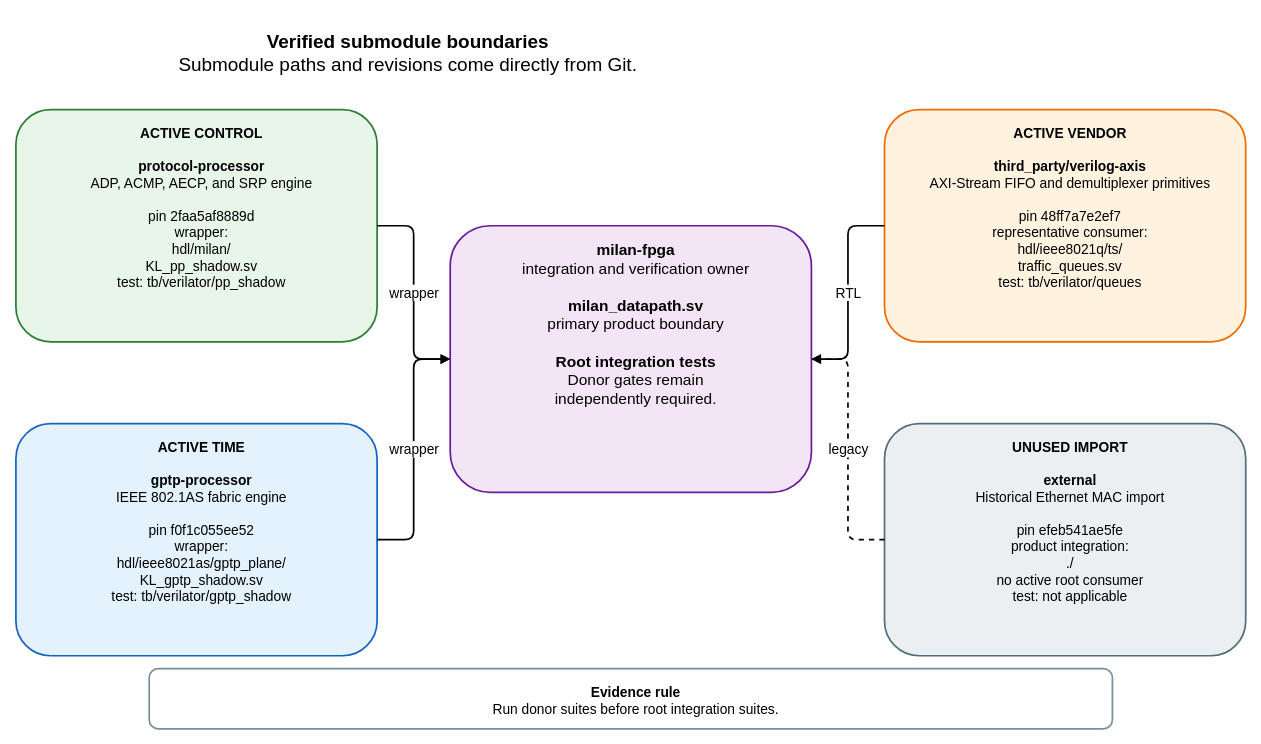
Before: docs/diagrams/submodule_boundaries.drawio in kebag-logic/milan-fpga, a draw.io diagram. Source tidied: cells renumbered, new cells numbered last; positions are measured from the earlier drawing's top-left corner, leaving out a move shared by most shapes. Both pictures are drawn from the tidied source at 86%, with x=0, y=0 at pixel (15, 15).
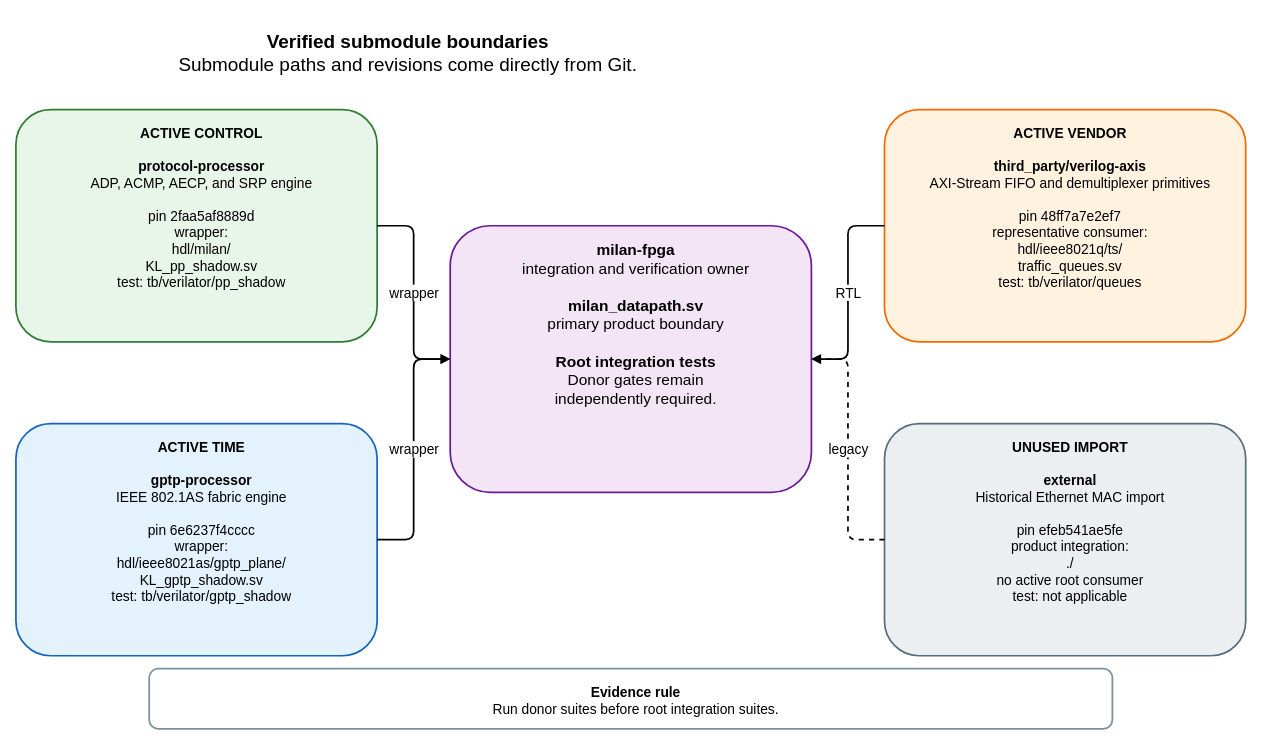
The same diagram, later.

Diff of the diagram source:
```diff
@@
 <mxGraphModel>
   <root>
     <mxCell id="0" />
     <mxCell id="1" parent="0" />
     <mxCell id="2" value="&lt;b&gt;Verified submodule boundaries&lt;/b&gt;&lt;br&gt;Submodule paths and revisions come directly from Git." style="rounded=1;whiteSpace=wrap;html=1;verticalAlign=top;spacingTop=12;spacingLeft=12;fontSize=22;fontFamily=Helvetica;fillColor=none;strokeColor=none;strokeWidth=2;" parent="1" vertex="1">
       <mxGeometry width="900" height="65" as="geometry" />
     </mxCell>
     <mxCell id="3" value="&lt;b&gt;milan-fpga&lt;/b&gt;&lt;br&gt;integration and verification owner&lt;br&gt;&lt;br&gt;&lt;b&gt;milan_datapath.sv&lt;/b&gt;&lt;br&gt;primary product boundary&lt;br&gt;&lt;br&gt;&lt;b&gt;Root integration tests&lt;/b&gt;&lt;br&gt;Donor gates remain&lt;br&gt;independently required." style="rounded=1;whiteSpace=wrap;html=1;verticalAlign=top;spacingTop=12;spacingLeft=12;fontSize=18;fontFamily=Helvetica;fillColor=#F3E5F5;strokeColor=#6A1B9A;strokeWidth=2;" parent="1" vertex="1">
       <mxGeometry x="505" y="245" width="420" height="310" as="geometry" />
     </mxCell>
     <mxCell id="4" value="&lt;b&gt;ACTIVE CONTROL&lt;/b&gt;&lt;br&gt;&lt;br&gt;&lt;b&gt;protocol-processor&lt;/b&gt;&lt;br&gt;ADP, ACMP, AECP, and SRP engine&lt;br&gt;&lt;br&gt;pin 2faa5af8889d&lt;br&gt;wrapper:&lt;br&gt;hdl/milan/&lt;br&gt;KL_pp_shadow.sv&lt;br&gt;test: tb/verilator/pp_shadow" style="rounded=1;whiteSpace=wrap;html=1;verticalAlign=top;spacingTop=12;spacingLeft=12;fontSize=16;fontFamily=Helvetica;fillColor=#E8F5E9;strokeColor=#2E7D32;strokeWidth=2;" parent="1" vertex="1">
       <mxGeometry y="110" width="420" height="270" as="geometry" />
     </mxCell>
-    <mxCell id="5" value="&lt;b&gt;ACTIVE TIME&lt;/b&gt;&lt;br&gt;&lt;br&gt;&lt;b&gt;gptp-processor&lt;/b&gt;&lt;br&gt;IEEE 802.1AS fabric engine&lt;br&gt;&lt;br&gt;pin f0f1c055ee52&lt;br&gt;wrapper:&lt;br&gt;hdl/ieee8021as/gptp_plane/&lt;br&gt;KL_gptp_shadow.sv&lt;br&gt;test: tb/verilator/gptp_shadow" style="rounded=1;whiteSpace=wrap;html=1;verticalAlign=top;spacingTop=12;spacingLeft=12;fontSize=16;fontFamily=Helvetica;fillColor=#E3F2FD;strokeColor=#1565C0;strokeWidth=2;" parent="1" vertex="1">
+    <mxCell id="5" value="&lt;b&gt;ACTIVE TIME&lt;/b&gt;&lt;br&gt;&lt;br&gt;&lt;b&gt;gptp-processor&lt;/b&gt;&lt;br&gt;IEEE 802.1AS fabric engine&lt;br&gt;&lt;br&gt;pin 6e6237f4cccc&lt;br&gt;wrapper:&lt;br&gt;hdl/ieee8021as/gptp_plane/&lt;br&gt;KL_gptp_shadow.sv&lt;br&gt;test: tb/verilator/gptp_shadow" style="rounded=1;whiteSpace=wrap;html=1;verticalAlign=top;spacingTop=12;spacingLeft=12;fontSize=16;fontFamily=Helvetica;fillColor=#E3F2FD;strokeColor=#1565C0;strokeWidth=2;" parent="1" vertex="1">
       <mxGeometry y="475" width="420" height="270" as="geometry" />
     </mxCell>
     <mxCell id="6" value="&lt;b&gt;ACTIVE VENDOR&lt;/b&gt;&lt;br&gt;&lt;br&gt;&lt;b&gt;third_party/verilog-axis&lt;/b&gt;&lt;br&gt;AXI-Stream FIFO and demultiplexer primitives&lt;br&gt;&lt;br&gt;pin 48ff7a7e2ef7&lt;br&gt;representative consumer:&lt;br&gt;hdl/ieee8021q/ts/&lt;br&gt;traffic_queues.sv&lt;br&gt;test: tb/verilator/queues" style="rounded=1;whiteSpace=wrap;html=1;verticalAlign=top;spacingTop=12;spacingLeft=12;fontSize=16;fontFamily=Helvetica;fillColor=#FFF3E0;strokeColor=#EF6C00;strokeWidth=2;" parent="1" vertex="1">
       <mxGeometry x="1010" y="110" width="420" height="270" as="geometry" />
     </mxCell>
     <mxCell id="7" value="&lt;b&gt;UNUSED IMPORT&lt;/b&gt;&lt;br&gt;&lt;br&gt;&lt;b&gt;external&lt;/b&gt;&lt;br&gt;Historical Ethernet MAC import&lt;br&gt;&lt;br&gt;pin efeb541ae5fe&lt;br&gt;product integration:&lt;br&gt;./&lt;br&gt;no active root consumer&lt;br&gt;test: not applicable" style="rounded=1;whiteSpace=wrap;html=1;verticalAlign=top;spacingTop=12;spacingLeft=12;fontSize=16;fontFamily=Helvetica;fillColor=#ECEFF1;strokeColor=#546E7A;strokeWidth=2;" parent="1" vertex="1">
       <mxGeometry x="1010" y="475" width="420" height="270" as="geometry" />
     </mxCell>
     <mxCell id="8" value="wrapper" style="edgeStyle=orthogonalEdgeStyle;rounded=1;jettySize=auto;html=1;endArrow=block;endFill=1;strokeWidth=2;fontSize=16;fontFamily=Helvetica;labelBackgroundColor=#FFFFFF;" parent="1" edge="1" source="4" target="3">
       <mxGeometry relative="1" as="geometry" />
     </mxCell>
     <mxCell id="9" value="wrapper" style="edgeStyle=orthogonalEdgeStyle;rounded=1;jettySize=auto;html=1;endArrow=block;endFill=1;strokeWidth=2;fontSize=16;fontFamily=Helvetica;labelBackgroundColor=#FFFFFF;" parent="1" edge="1" source="5" target="3">
       <mxGeometry relative="1" as="geometry" />
     </mxCell>
     <mxCell id="10" value="RTL" style="edgeStyle=orthogonalEdgeStyle;rounded=1;jettySize=auto;html=1;endArrow=block;endFill=1;strokeWidth=2;fontSize=16;fontFamily=Helvetica;labelBackgroundColor=#FFFFFF;" parent="1" edge="1" source="6" target="3">
       <mxGeometry relative="1" as="geometry" />
     </mxCell>
     <mxCell id="11" value="legacy" style="edgeStyle=orthogonalEdgeStyle;rounded=1;jettySize=auto;html=1;endArrow=block;endFill=1;strokeWidth=2;fontSize=16;fontFamily=Helvetica;labelBackgroundColor=#FFFFFF;dashed=1;" parent="1" edge="1" source="7" target="3">
       <mxGeometry relative="1" as="geometry" />
     </mxCell>
     <mxCell id="12" value="&lt;b&gt;Evidence rule&lt;/b&gt;&lt;br&gt;Run donor suites before root integration suites." style="rounded=1;whiteSpace=wrap;html=1;verticalAlign=top;spacingTop=12;spacingLeft=12;fontSize=16;fontFamily=Helvetica;fillColor=#FFFFFF;strokeColor=#78909C;strokeWidth=2;" parent="1" vertex="1">
       <mxGeometry x="155" y="760" width="1120" height="70" as="geometry" />
     </mxCell>
   </root>
 </mxGraphModel>
```
